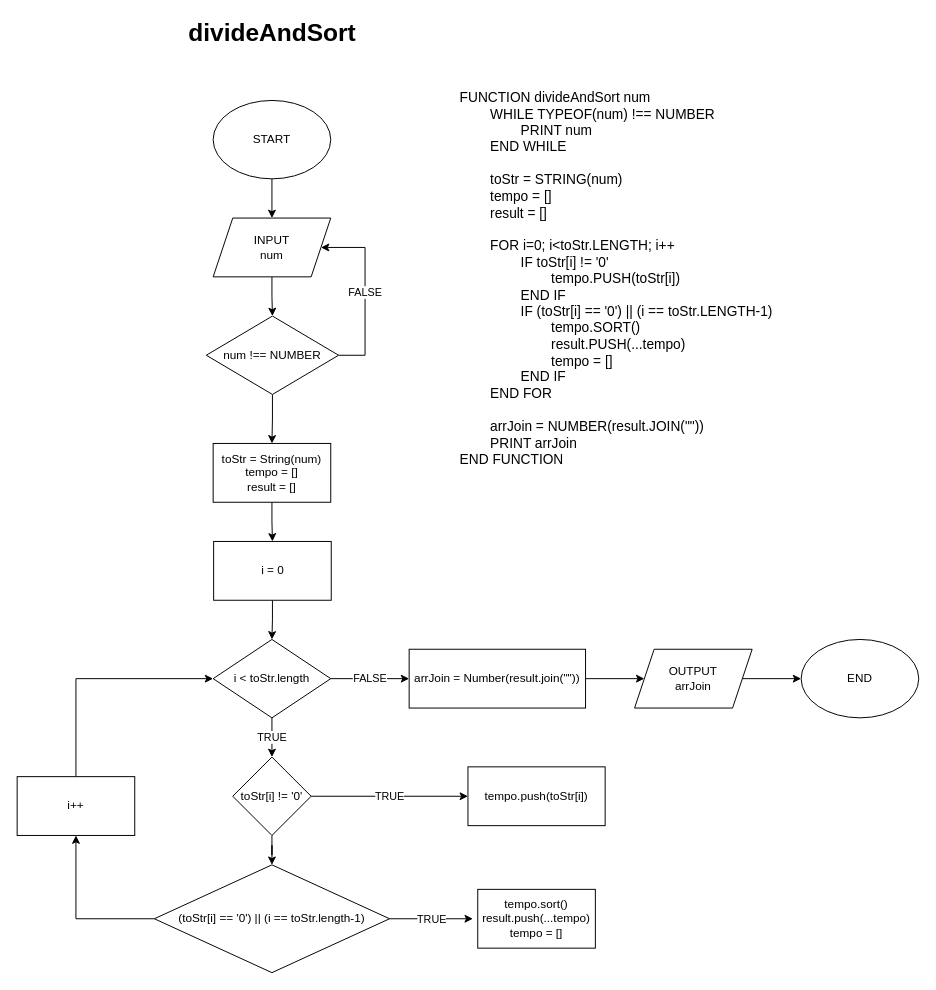
Earlier version of the draw.io diagram divideAndSort.drawio (rintosaputro/fw5-javascript4). Source tidied: cells renumbered, new cells numbered last; positions are measured from the earlier drawing's top-left corner, leaving out a move shared by most shapes. Both pictures are drawn from the tidied source at 98%, with x=0, y=0 at pixel (17, 22).
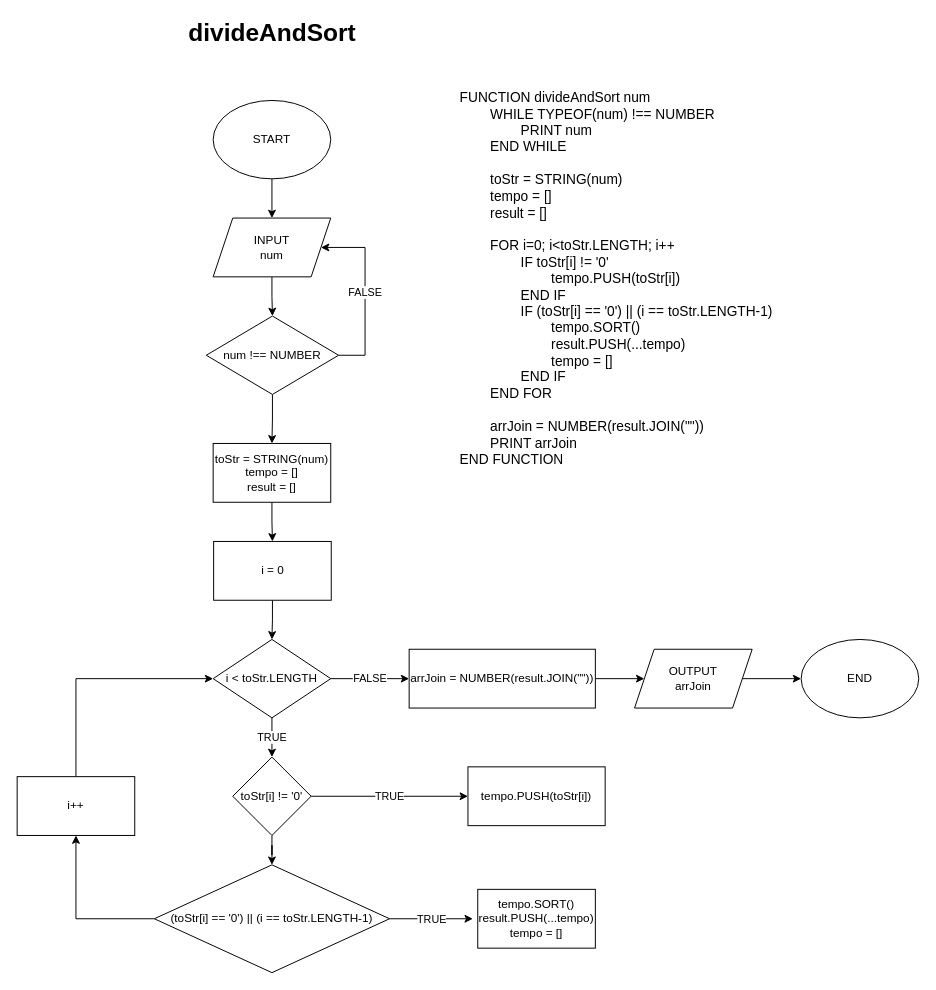
After the change.

Diff of the diagram source:
```diff
@@
-    <mxCell id="10" value="toStr = String(num)&lt;br&gt;tempo = []&lt;br&gt;result = []" style="rounded=0;whiteSpace=wrap;html=1;" parent="1" vertex="1">
+    <mxCell id="10" value="toStr = STRING(num)&lt;br&gt;tempo = []&lt;br&gt;result = []" style="rounded=0;whiteSpace=wrap;html=1;" parent="1" vertex="1">
       <mxGeometry x="200" y="430" width="120" height="60" as="geometry" />
     </mxCell>
@@
-    <mxCell id="15" value="i &amp;lt; toStr.length" style="rhombus;whiteSpace=wrap;html=1;" parent="1" vertex="1">
+    <mxCell id="15" value="i &amp;lt; toStr.LENGTH" style="rhombus;whiteSpace=wrap;html=1;" parent="1" vertex="1">
       <mxGeometry x="200" y="630" width="120" height="80" as="geometry" />
     </mxCell>
@@
-    <mxCell id="19" value="tempo.push(toStr[i])" style="rounded=0;whiteSpace=wrap;html=1;" parent="1" vertex="1">
+    <mxCell id="19" value="tempo.PUSH(toStr[i])" style="rounded=0;whiteSpace=wrap;html=1;" parent="1" vertex="1">
       <mxGeometry x="460" y="760" width="140" height="60" as="geometry" />
     </mxCell>
@@
-    <mxCell id="22" value="(toStr[i] == '0') || (i == toStr.length-1)" style="rhombus;whiteSpace=wrap;html=1;" parent="1" vertex="1">
+    <mxCell id="22" value="(toStr[i] == '0') || (i == toStr.LENGTH-1)" style="rhombus;whiteSpace=wrap;html=1;" parent="1" vertex="1">
       <mxGeometry x="140" y="860" width="240" height="110" as="geometry" />
     </mxCell>
-    <mxCell id="23" value="tempo.sort()&lt;br&gt;result.push(...tempo)&lt;br&gt;tempo = []" style="rounded=0;whiteSpace=wrap;html=1;" parent="1" vertex="1">
+    <mxCell id="23" value="tempo.SORT()&lt;br&gt;result.PUSH(...tempo)&lt;br&gt;tempo = []" style="rounded=0;whiteSpace=wrap;html=1;" parent="1" vertex="1">
       <mxGeometry x="470" y="885" width="120" height="60" as="geometry" />
     </mxCell>
@@
-    <mxCell id="32" value="arrJoin = Number(result.join(&quot;&quot;))" style="rounded=0;whiteSpace=wrap;html=1;" parent="1" vertex="1">
-      <mxGeometry x="400" y="640" width="180" height="60" as="geometry" />
+    <mxCell id="32" value="arrJoin = NUMBER(result.JOIN(&quot;&quot;))" style="rounded=0;whiteSpace=wrap;html=1;" parent="1" vertex="1">
+      <mxGeometry x="400" y="640" width="190" height="60" as="geometry" />
     </mxCell>
```
